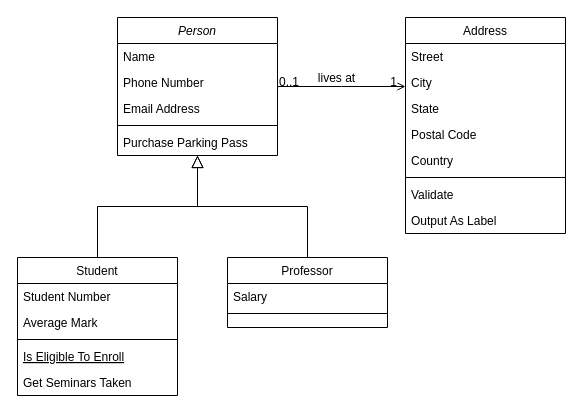
Above: Class Diagram.drawio in Misterpetchz/Object_Oriented_Project (draw.io), before the change. Source tidied: cells renumbered, new cells numbered last; positions are measured from the earlier drawing's top-left corner, leaving out a move shared by most shapes. Both pictures are drawn from the tidied source at 100%, with x=0, y=0 at pixel (17, 17).
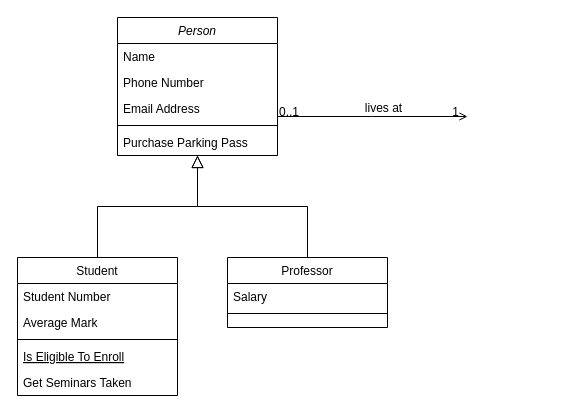
After the change.

The change refers to these unchanged cells:
```xml
<mxCell id="2" value="Person" style="swimlane;fontStyle=2;align=center;verticalAlign=top;horizontal=1;startSize=26;rounded=0;shadow=0;strokeWidth=1;" parent="1" vertex="1">
  <mxGeometry x="100" width="160" height="138" as="geometry" />
</mxCell>
```

What changed in the source:
```diff
@@
-    <mxCell id="19" value="Address" style="swimlane;fontStyle=0;align=center;verticalAlign=top;horizontal=1;startSize=26;rounded=0;shadow=0;strokeWidth=1;" parent="1" vertex="1">
-      <mxGeometry x="388" width="160" height="216" as="geometry" />
-    </mxCell>
-    <mxCell id="20" value="Street" style="text;align=left;verticalAlign=top;spacingLeft=4;spacingRight=4;overflow=hidden;" parent="19" vertex="1">
-      <mxGeometry y="26" width="160" height="26" as="geometry" />
-    </mxCell>
-    <mxCell id="21" value="City" style="text;align=left;verticalAlign=top;spacingLeft=4;spacingRight=4;overflow=hidden;rounded=0;shadow=0;html=0;" parent="19" vertex="1">
-      <mxGeometry y="52" width="160" height="26" as="geometry" />
-    </mxCell>
-    <mxCell id="22" value="State" style="text;align=left;verticalAlign=top;spacingLeft=4;spacingRight=4;overflow=hidden;rounded=0;shadow=0;html=0;" parent="19" vertex="1">
-      <mxGeometry y="78" width="160" height="26" as="geometry" />
-    </mxCell>
-    <mxCell id="23" value="Postal Code" style="text;align=left;verticalAlign=top;spacingLeft=4;spacingRight=4;overflow=hidden;rounded=0;shadow=0;html=0;" parent="19" vertex="1">
-      <mxGeometry y="104" width="160" height="26" as="geometry" />
-    </mxCell>
-    <mxCell id="24" value="Country" style="text;align=left;verticalAlign=top;spacingLeft=4;spacingRight=4;overflow=hidden;rounded=0;shadow=0;html=0;" parent="19" vertex="1">
-      <mxGeometry y="130" width="160" height="26" as="geometry" />
-    </mxCell>
-    <mxCell id="25" style="line;html=1;strokeWidth=1;align=left;verticalAlign=middle;spacingTop=-1;spacingLeft=3;spacingRight=3;labelPosition=right;" parent="19" vertex="1">
-      <mxGeometry y="156" width="160" height="8" as="geometry" />
-    </mxCell>
-    <mxCell id="26" value="Validate" style="text;align=left;verticalAlign=top;spacingLeft=4;spacingRight=4;overflow=hidden;" parent="19" vertex="1">
-      <mxGeometry y="164" width="160" height="26" as="geometry" />
-    </mxCell>
-    <mxCell id="27" value="Output As Label" style="text;align=left;verticalAlign=top;spacingLeft=4;spacingRight=4;overflow=hidden;" parent="19" vertex="1">
-      <mxGeometry y="190" width="160" height="26" as="geometry" />
-    </mxCell>
-    <mxCell id="28" style="endArrow=open;shadow=0;strokeWidth=1;rounded=0;endFill=1;edgeStyle=elbowEdgeStyle;elbow=vertical;" parent="1" edge="1" source="2" target="19">
+    <mxCell id="28" style="endArrow=open;shadow=0;strokeWidth=1;rounded=0;endFill=1;edgeStyle=elbowEdgeStyle;elbow=vertical;" parent="1" edge="1" source="2">
       <mxGeometry x="0.5" y="41" relative="1" as="geometry">
+        <mxPoint x="450" y="99" as="targetPoint" />
         <mxPoint x="-40" y="32" as="offset" />
       </mxGeometry>
     </mxCell>
```
